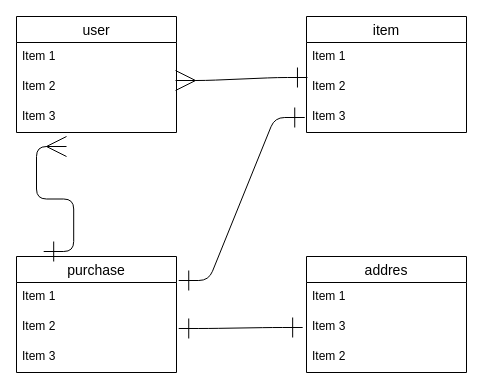
Above: table.dio in kodai1997/furima-35599 (draw.io), before the change. Source tidied: cells renumbered, new cells numbered last; positions are measured from the earlier drawing's top-left corner, leaving out a move shared by most shapes. Both pictures are drawn from the tidied source at 100%, with x=0, y=0 at pixel (16, 16).
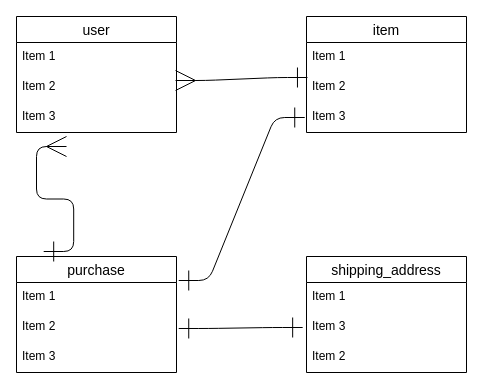
Above is the later version.

What changed in the source:
```diff
@@
-    <mxCell id="14" value="addres" style="swimlane;fontStyle=0;horizontal=1;startSize=26;align=center;fontSize=14;" parent="1" vertex="1">
+    <mxCell id="14" value="shipping_address" style="swimlane;fontStyle=0;horizontal=1;startSize=26;align=center;fontSize=14;" parent="1" vertex="1">
       <mxGeometry x="290" y="240" width="160" height="116" as="geometry" />
     </mxCell>
```
